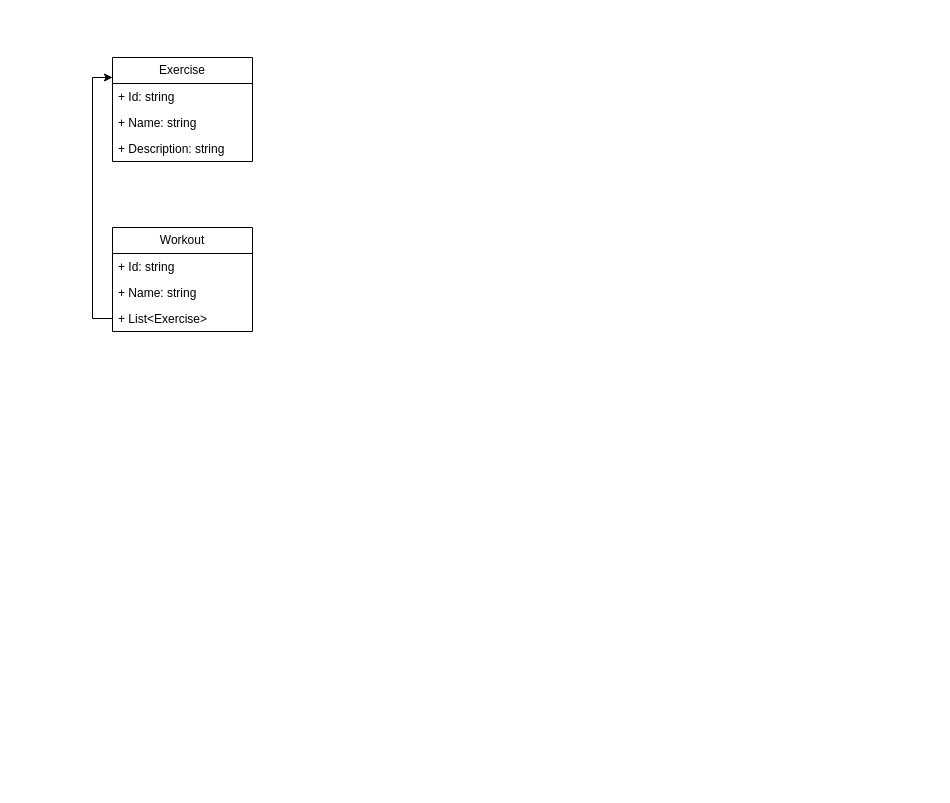
This is WorkoutAppUML.drawio from ajlile98/exercise-planner, a draw.io file, before an edit. Source tidied: cells renumbered, new cells numbered last; positions are measured from the earlier drawing's top-left corner, leaving out a move shared by most shapes. Both pictures are drawn from the tidied source at 100%, with x=0, y=0 at pixel (112, 57).
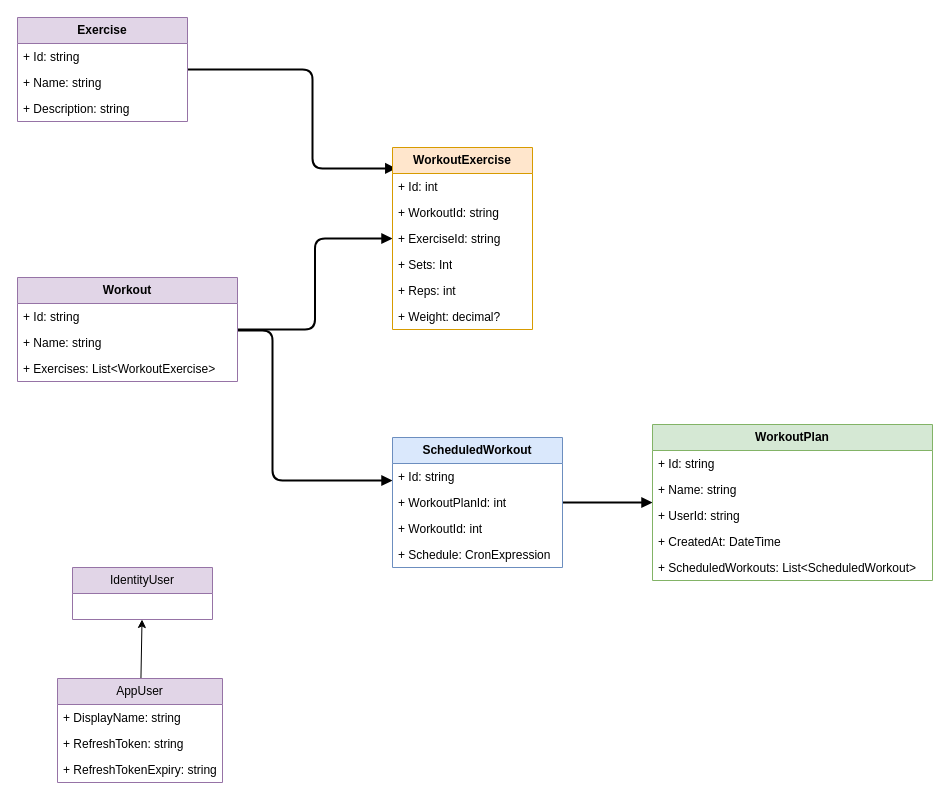
Above is the later version.

Commit message (it also covers changes not shown here):
feat: add core domain entities for exercise management

What changed in the source:
```diff
@@
+    <mxCell id="11" style="edgeStyle=orthogonalEdgeStyle;rounded=1;jettySize=auto;html=1;strokeWidth=2;endArrow=block;" parent="1" edge="1" source="6" target="17">
+      <mxGeometry relative="1" as="geometry" />
+    </mxCell>
+    <mxCell id="12" style="edgeStyle=orthogonalEdgeStyle;rounded=1;jettySize=auto;html=1;entryX=0.027;entryY=0.115;entryDx=0;entryDy=0;strokeWidth=2;endArrow=block;entryPerimeter=0;" parent="1" edge="1" source="2" target="17">
+      <mxGeometry relative="1" as="geometry">
+        <Array as="points">
+          <mxPoint x="200" y="12" />
+          <mxPoint x="200" y="111" />
+        </Array>
+      </mxGeometry>
+    </mxCell>
+    <mxCell id="13" style="edgeStyle=orthogonalEdgeStyle;rounded=1;jettySize=auto;html=1;strokeWidth=2;endArrow=block;" parent="1" edge="1" source="6" target="27">
+      <mxGeometry relative="1" as="geometry">
+        <Array as="points">
+          <mxPoint x="160" y="273" />
+          <mxPoint x="160" y="423" />
+        </Array>
+      </mxGeometry>
+    </mxCell>
+    <mxCell id="14" style="edgeStyle=orthogonalEdgeStyle;rounded=1;jettySize=auto;html=1;strokeWidth=2;endArrow=block;" parent="1" edge="1" source="27" target="32">
+      <mxGeometry relative="1" as="geometry" />
+    </mxCell>
-    <mxCell id="2" value="Exercise" style="swimlane;fontStyle=0;horizontal=1;startSize=26;fillColor=none;whiteSpace=wrap;html=1;" parent="1" vertex="1">
-      <mxGeometry width="140" height="104" as="geometry" />
+    <mxCell id="2" value="&lt;b&gt;Exercise&lt;/b&gt;" style="swimlane;fontStyle=0;horizontal=1;startSize=26;fillColor=#e1d5e7;whiteSpace=wrap;html=1;strokeColor=#9673a6;" parent="1" vertex="1">
+      <mxGeometry x="-95" y="-40" width="170" height="104" as="geometry" />
     </mxCell>
-    <mxCell id="3" value="+ Id: string" style="text;strokeColor=none;fillColor=none;align=left;verticalAlign=top;spacingLeft=4;spacingRight=4;overflow=hidden;whiteSpace=wrap;html=1;" parent="2" vertex="1">
-      <mxGeometry y="26" width="140" height="26" as="geometry" />
-    </mxCell>
-    <mxCell id="4" value="+ Name: string" style="text;strokeColor=none;fillColor=none;align=left;verticalAlign=top;spacingLeft=4;spacingRight=4;overflow=hidden;whiteSpace=wrap;html=1;" parent="2" vertex="1">
-      <mxGeometry y="52" width="140" height="26" as="geometry" />
-    </mxCell>
+    <mxCell id="15" value="+ Id: string" style="text;strokeColor=none;fillColor=none;align=left;verticalAlign=top;spacingLeft=4;spacingRight=4;overflow=hidden;whiteSpace=wrap;html=1;" parent="2" vertex="1">
+      <mxGeometry y="26" width="170" height="26" as="geometry" />
+    </mxCell>
+    <mxCell id="16" value="+ Name: string" style="text;strokeColor=none;fillColor=none;align=left;verticalAlign=top;spacingLeft=4;spacingRight=4;overflow=hidden;whiteSpace=wrap;html=1;" parent="2" vertex="1">
+      <mxGeometry y="52" width="170" height="26" as="geometry" />
+    </mxCell>
     <mxCell id="5" value="+ Description: string" style="text;strokeColor=none;fillColor=none;align=left;verticalAlign=top;spacingLeft=4;spacingRight=4;overflow=hidden;whiteSpace=wrap;html=1;" parent="2" vertex="1">
-      <mxGeometry y="78" width="140" height="26" as="geometry" />
+      <mxGeometry y="78" width="170" height="26" as="geometry" />
     </mxCell>
+    <mxCell id="17" value="&lt;b&gt;WorkoutExercise&lt;/b&gt;" style="swimlane;fontStyle=0;horizontal=1;startSize=26;fillColor=#ffe6cc;whiteSpace=wrap;html=1;strokeColor=#d79b00;" parent="1" vertex="1">
+      <mxGeometry x="280" y="90" width="140" height="182" as="geometry" />
+    </mxCell>
+    <mxCell id="18" value="+ Id: int" style="text;strokeColor=none;fillColor=none;align=left;verticalAlign=top;spacingLeft=4;spacingRight=4;overflow=hidden;whiteSpace=wrap;html=1;" parent="17" vertex="1">
+      <mxGeometry y="26" width="140" height="26" as="geometry" />
+    </mxCell>
+    <mxCell id="19" value="+ WorkoutId: string" style="text;strokeColor=none;fillColor=none;align=left;verticalAlign=top;spacingLeft=4;spacingRight=4;overflow=hidden;whiteSpace=wrap;html=1;" parent="17" vertex="1">
+      <mxGeometry y="52" width="140" height="26" as="geometry" />
+    </mxCell>
+    <mxCell id="20" value="+ ExerciseId: string" style="text;strokeColor=none;fillColor=none;align=left;verticalAlign=top;spacingLeft=4;spacingRight=4;overflow=hidden;whiteSpace=wrap;html=1;" parent="17" vertex="1">
+      <mxGeometry y="78" width="140" height="26" as="geometry" />
+    </mxCell>
+    <mxCell id="21" value="+ Sets: Int" style="text;strokeColor=none;fillColor=none;align=left;verticalAlign=top;spacingLeft=4;spacingRight=4;overflow=hidden;whiteSpace=wrap;html=1;" parent="17" vertex="1">
+      <mxGeometry y="104" width="140" height="26" as="geometry" />
+    </mxCell>
+    <mxCell id="22" value="+ Reps: int" style="text;strokeColor=none;fillColor=none;align=left;verticalAlign=top;spacingLeft=4;spacingRight=4;overflow=hidden;whiteSpace=wrap;html=1;" parent="17" vertex="1">
+      <mxGeometry y="130" width="140" height="26" as="geometry" />
+    </mxCell>
+    <mxCell id="23" value="+ Weight: decimal?" style="text;strokeColor=none;fillColor=none;align=left;verticalAlign=top;spacingLeft=4;spacingRight=4;overflow=hidden;whiteSpace=wrap;html=1;" parent="17" vertex="1">
+      <mxGeometry y="156" width="140" height="26" as="geometry" />
+    </mxCell>
-    <mxCell id="6" value="Workout" style="swimlane;fontStyle=0;horizontal=1;startSize=26;fillColor=none;whiteSpace=wrap;html=1;" parent="1" vertex="1">
-      <mxGeometry y="170" width="140" height="104" as="geometry" />
+    <mxCell id="6" value="&lt;b&gt;Workout&lt;/b&gt;" style="swimlane;fontStyle=0;horizontal=1;startSize=26;fillColor=#e1d5e7;whiteSpace=wrap;html=1;strokeColor=#9673a6;" parent="1" vertex="1">
+      <mxGeometry x="-95" y="220" width="220" height="104" as="geometry" />
     </mxCell>
-    <mxCell id="7" value="+ Id: string" style="text;strokeColor=none;fillColor=none;align=left;verticalAlign=top;spacingLeft=4;spacingRight=4;overflow=hidden;whiteSpace=wrap;html=1;" parent="6" vertex="1">
-      <mxGeometry y="26" width="140" height="26" as="geometry" />
-    </mxCell>
-    <mxCell id="8" value="+ Name: string" style="text;strokeColor=none;fillColor=none;align=left;verticalAlign=top;spacingLeft=4;spacingRight=4;overflow=hidden;whiteSpace=wrap;html=1;" parent="6" vertex="1">
-      <mxGeometry y="52" width="140" height="26" as="geometry" />
-    </mxCell>
-    <mxCell id="9" value="+ List&amp;lt;Exercise&amp;gt;" style="text;strokeColor=none;fillColor=none;align=left;verticalAlign=top;spacingLeft=4;spacingRight=4;overflow=hidden;points=[[0,0.5],[1,0.5]];portConstraint=eastwest;whiteSpace=wrap;html=1;" parent="6" vertex="1">
-      <mxGeometry y="78" width="140" height="26" as="geometry" />
-    </mxCell>
-    <mxCell id="10" style="edgeStyle=orthogonalEdgeStyle;rounded=0;jettySize=auto;html=1;exitX=0;exitY=0.5;exitDx=0;exitDy=0;entryX=0;entryY=0.192;entryDx=0;entryDy=0;entryPerimeter=0;" parent="1" edge="1" source="9" target="2">
-      <mxGeometry relative="1" as="geometry" />
-    </mxCell>
+    <mxCell id="24" value="+ Id: string" style="text;strokeColor=none;fillColor=none;align=left;verticalAlign=top;spacingLeft=4;spacingRight=4;overflow=hidden;whiteSpace=wrap;html=1;" parent="6" vertex="1">
+      <mxGeometry y="26" width="220" height="26" as="geometry" />
+    </mxCell>
+    <mxCell id="25" value="+ Name: string" style="text;strokeColor=none;fillColor=none;align=left;verticalAlign=top;spacingLeft=4;spacingRight=4;overflow=hidden;whiteSpace=wrap;html=1;" parent="6" vertex="1">
+      <mxGeometry y="52" width="220" height="26" as="geometry" />
+    </mxCell>
+    <mxCell id="26" value="+ Exercises: List&amp;lt;WorkoutExercise&amp;gt;" style="text;strokeColor=none;fillColor=none;align=left;verticalAlign=top;spacingLeft=4;spacingRight=4;overflow=hidden;whiteSpace=wrap;html=1;" parent="6" vertex="1">
+      <mxGeometry y="78" width="220" height="26" as="geometry" />
+    </mxCell>
+    <mxCell id="27" value="&lt;b&gt;ScheduledWorkout&lt;/b&gt;" style="swimlane;fontStyle=0;horizontal=1;startSize=26;fillColor=#dae8fc;whiteSpace=wrap;html=1;strokeColor=#6c8ebf;" parent="1" vertex="1">
+      <mxGeometry x="280" y="380" width="170" height="130" as="geometry" />
+    </mxCell>
+    <mxCell id="28" value="+ Id: string" style="text;strokeColor=none;fillColor=none;align=left;verticalAlign=top;spacingLeft=4;spacingRight=4;overflow=hidden;whiteSpace=wrap;html=1;" parent="27" vertex="1">
+      <mxGeometry y="26" width="170" height="26" as="geometry" />
+    </mxCell>
+    <mxCell id="29" value="+ WorkoutPlanId: int" style="text;strokeColor=none;fillColor=none;align=left;verticalAlign=top;spacingLeft=4;spacingRight=4;overflow=hidden;whiteSpace=wrap;html=1;" parent="27" vertex="1">
+      <mxGeometry y="52" width="170" height="26" as="geometry" />
+    </mxCell>
+    <mxCell id="30" value="+ WorkoutId: int" style="text;strokeColor=none;fillColor=none;align=left;verticalAlign=top;spacingLeft=4;spacingRight=4;overflow=hidden;whiteSpace=wrap;html=1;" parent="27" vertex="1">
+      <mxGeometry y="78" width="170" height="26" as="geometry" />
+    </mxCell>
+    <mxCell id="31" value="+ Schedule: CronExpression" style="text;strokeColor=none;fillColor=none;align=left;verticalAlign=top;spacingLeft=4;spacingRight=4;overflow=hidden;whiteSpace=wrap;html=1;" parent="27" vertex="1">
+      <mxGeometry y="104" width="170" height="26" as="geometry" />
+    </mxCell>
+    <mxCell id="32" value="&lt;b&gt;WorkoutPlan&lt;/b&gt;" style="swimlane;fontStyle=0;horizontal=1;startSize=26;fillColor=#d5e8d4;whiteSpace=wrap;html=1;strokeColor=#82b366;" parent="1" vertex="1">
+      <mxGeometry x="540" y="367" width="280" height="156" as="geometry" />
+    </mxCell>
+    <mxCell id="33" value="+ Id: string" style="text;strokeColor=none;fillColor=none;align=left;verticalAlign=top;spacingLeft=4;spacingRight=4;overflow=hidden;whiteSpace=wrap;html=1;" parent="32" vertex="1">
+      <mxGeometry y="26" width="280" height="26" as="geometry" />
+    </mxCell>
+    <mxCell id="34" value="+ Name: string" style="text;strokeColor=none;fillColor=none;align=left;verticalAlign=top;spacingLeft=4;spacingRight=4;overflow=hidden;whiteSpace=wrap;html=1;" parent="32" vertex="1">
+      <mxGeometry y="52" width="280" height="26" as="geometry" />
+    </mxCell>
+    <mxCell id="35" value="+ UserId: string" style="text;strokeColor=none;fillColor=none;align=left;verticalAlign=top;spacingLeft=4;spacingRight=4;overflow=hidden;whiteSpace=wrap;html=1;" parent="32" vertex="1">
+      <mxGeometry y="78" width="280" height="26" as="geometry" />
+    </mxCell>
+    <mxCell id="36" value="+ CreatedAt: DateTime" style="text;strokeColor=none;fillColor=none;align=left;verticalAlign=top;spacingLeft=4;spacingRight=4;overflow=hidden;whiteSpace=wrap;html=1;" parent="32" vertex="1">
+      <mxGeometry y="104" width="280" height="26" as="geometry" />
+    </mxCell>
+    <mxCell id="37" value="+ ScheduledWorkouts: List&amp;lt;ScheduledWorkout&amp;gt;" style="text;strokeColor=none;fillColor=none;align=left;verticalAlign=top;spacingLeft=4;spacingRight=4;overflow=hidden;whiteSpace=wrap;html=1;" parent="32" vertex="1">
+      <mxGeometry y="130" width="280" height="26" as="geometry" />
+    </mxCell>
+    <mxCell id="38" style="edgeStyle=none;html=1;" parent="1" edge="1" source="39" target="43">
+      <mxGeometry relative="1" as="geometry" />
+    </mxCell>
+    <mxCell id="39" value="AppUser" style="swimlane;fontStyle=0;horizontal=1;startSize=26;fillColor=#e1d5e7;whiteSpace=wrap;html=1;strokeColor=#9673a6;" parent="1" vertex="1">
+      <mxGeometry x="-55" y="621" width="165" height="104" as="geometry" />
+    </mxCell>
+    <mxCell id="40" value="+ DisplayName: string" style="text;strokeColor=none;fillColor=none;align=left;verticalAlign=top;spacingLeft=4;spacingRight=4;overflow=hidden;whiteSpace=wrap;html=1;" parent="39" vertex="1">
+      <mxGeometry y="26" width="165" height="26" as="geometry" />
+    </mxCell>
+    <mxCell id="41" value="+ RefreshToken: string" style="text;strokeColor=none;fillColor=none;align=left;verticalAlign=top;spacingLeft=4;spacingRight=4;overflow=hidden;whiteSpace=wrap;html=1;" parent="39" vertex="1">
+      <mxGeometry y="52" width="165" height="26" as="geometry" />
+    </mxCell>
+    <mxCell id="42" value="+ RefreshTokenExpiry: string" style="text;strokeColor=none;fillColor=none;align=left;verticalAlign=top;spacingLeft=4;spacingRight=4;overflow=hidden;whiteSpace=wrap;html=1;" parent="39" vertex="1">
+      <mxGeometry y="78" width="165" height="26" as="geometry" />
+    </mxCell>
+    <mxCell id="43" value="IdentityUser" style="swimlane;fontStyle=0;horizontal=1;startSize=26;fillColor=#e1d5e7;whiteSpace=wrap;html=1;strokeColor=#9673a6;" parent="1" vertex="1">
+      <mxGeometry x="-40" y="510" width="140" height="52" as="geometry" />
+    </mxCell>
```
